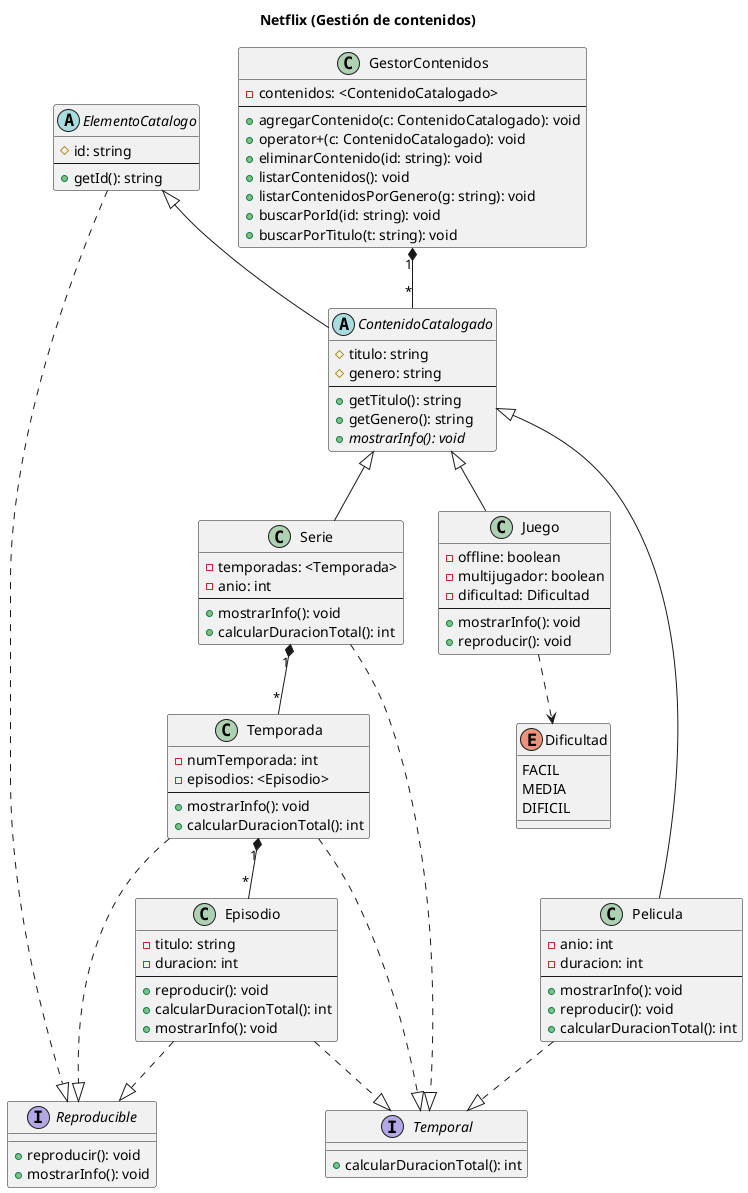
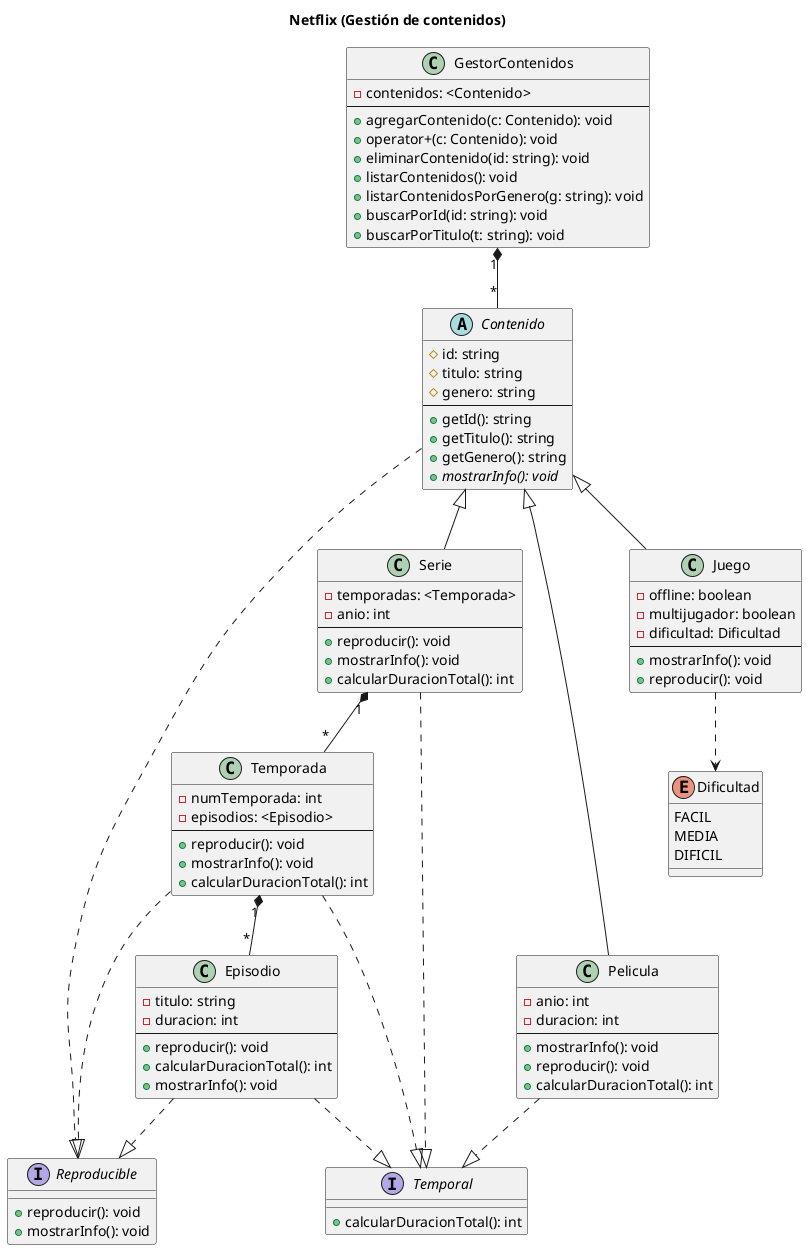
@startuml gestor_streaming
title Netflix (Gestión de contenidos)

interface Reproducible {
  + reproducir(): void
  + mostrarInfo(): void
}

interface Temporal {
  + calcularDuracionTotal(): int
}

- abstract class ElementoCatalogo {
+ abstract class Contenido {
  # id: string
-   ---
-   + getId(): string
- }
- 
- abstract class ContenidoCatalogado {
  # titulo: string
  # genero: string
  ---
+   + getId(): string
  + getTitulo(): string
  + getGenero(): string
  + {abstract} mostrarInfo(): void
}

class GestorContenidos {
-   - contenidos: <ContenidoCatalogado>
+   - contenidos: <Contenido>
  ---
-   + agregarContenido(c: ContenidoCatalogado): void
-   + operator+(c: ContenidoCatalogado): void
+   + agregarContenido(c: Contenido): void
+   + operator+(c: Contenido): void
  + eliminarContenido(id: string): void
  + listarContenidos(): void
  + listarContenidosPorGenero(g: string): void
  + buscarPorId(id: string): void
  + buscarPorTitulo(t: string): void
}

class Pelicula {
  - anio: int
  - duracion: int
  ---
  + mostrarInfo(): void
  + reproducir(): void
  + calcularDuracionTotal(): int
}

class Serie {
  - temporadas: <Temporada>
  - anio: int
  ---
+   + reproducir(): void
  + mostrarInfo(): void
  + calcularDuracionTotal(): int
}

class Juego {
  - offline: boolean
  - multijugador: boolean
  - dificultad: Dificultad
  ---
  + mostrarInfo(): void
  + reproducir(): void
}

enum Dificultad {
  FACIL
  MEDIA
  DIFICIL
}

class Temporada {
  - numTemporada: int
  - episodios: <Episodio>
  ---
+   + reproducir(): void
  + mostrarInfo(): void
  + calcularDuracionTotal(): int
}

class Episodio {
  - titulo: string
  - duracion: int
  ---
  + reproducir(): void
  + calcularDuracionTotal(): int
  + mostrarInfo(): void
}

' Jerarquía principal
- ElementoCatalogo <|-- ContenidoCatalogado
- ContenidoCatalogado <|-- Pelicula
- ContenidoCatalogado <|-- Serie
- ContenidoCatalogado <|-- Juego
+ Contenido <|-- Pelicula
+ Contenido <|-- Serie
+ Contenido <|-- Juego

' Interfaces
- ElementoCatalogo ..|> Reproducible
+ Contenido ..|> Reproducible
Episodio ..|> Reproducible
Temporada ..|> Reproducible

Pelicula ..|> Temporal
Serie ..|> Temporal
Temporada ..|> Temporal
Episodio ..|> Temporal

' Composiciones
- GestorContenidos "1" *-- "*" ContenidoCatalogado
+ GestorContenidos "1" *-- "*" Contenido
Serie "1" *-- "*" Temporada
Temporada "1" *-- "*" Episodio

' Dependencia
Juego ..> Dificultad

@enduml